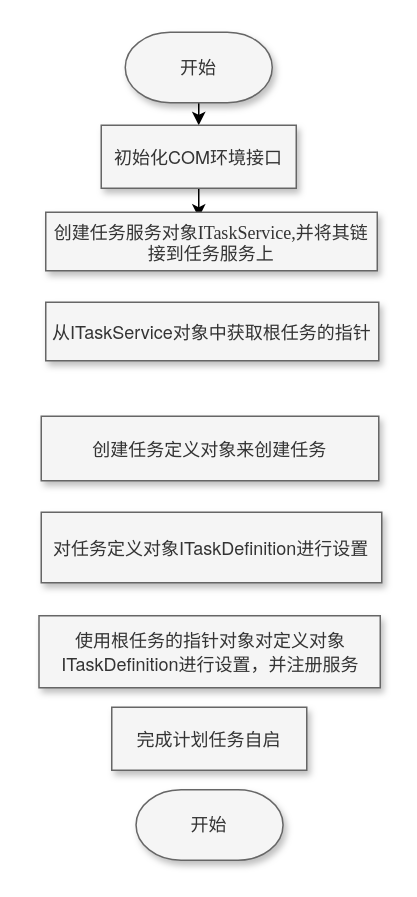
Above: 未命名绘图.drawio in 4sh3s/Study (draw.io), before the change. Source tidied: cells renumbered, new cells numbered last; positions are measured from the earlier drawing's top-left corner, leaving out a move shared by most shapes. Both pictures are drawn from the tidied source at 150%, with x=0, y=0 at pixel (38, 32).
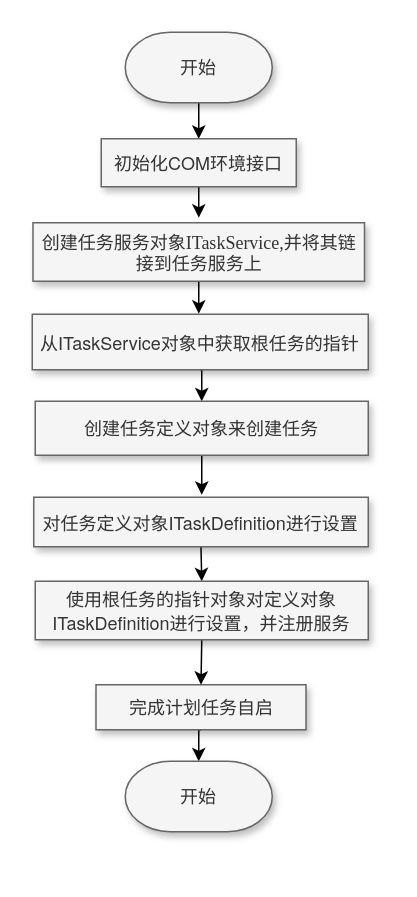
The same page after the edit.

Commit message:
计划任务自启流程图.drawio

Diff of the diagram source:
```diff
@@
     <mxCell id="5" value="&lt;font face=&quot;pingfang sc, microsoft yahei, helvetica neue, helvetica, arial, sans-serif&quot;&gt;初始化COM环境接口&lt;/font&gt;" style="rounded=0;whiteSpace=wrap;html=1;shadow=1;strokeWidth=1;fillColor=#f5f5f5;fontColor=#333333;strokeColor=#666666;" parent="1" vertex="1">
-      <mxGeometry x="42" y="62" width="130" height="42" as="geometry" />
+      <mxGeometry x="42" y="71" width="130" height="32" as="geometry" />
     </mxCell>
+    <mxCell id="13" style="edgeStyle=orthogonalEdgeStyle;rounded=0;jettySize=auto;html=1;exitX=0.5;exitY=1;exitDx=0;exitDy=0;" parent="1" edge="1" source="6">
+      <mxGeometry relative="1" as="geometry">
+        <mxPoint x="107" y="187.6" as="targetPoint" />
+      </mxGeometry>
+    </mxCell>
     <mxCell id="6" value="&lt;font face=&quot;pingfang sc, microsoft yahei, helvetica neue, helvetica, arial, sans-serif&quot;&gt;创建&lt;/font&gt;&lt;font face=&quot;Times New Roman&quot;&gt;任务服务对象ITaskService,并将其链接到任务服务上&lt;/font&gt;" style="rounded=0;whiteSpace=wrap;html=1;shadow=1;strokeWidth=1;fillColor=#f5f5f5;fontColor=#333333;strokeColor=#666666;" parent="1" vertex="1">
-      <mxGeometry x="5" y="120" width="221" height="39" as="geometry" />
+      <mxGeometry x="-3.5" y="127" width="221" height="39" as="geometry" />
     </mxCell>
+    <mxCell id="14" style="edgeStyle=orthogonalEdgeStyle;rounded=0;jettySize=auto;html=1;exitX=0.5;exitY=1;exitDx=0;exitDy=0;entryX=0.5;entryY=0;entryDx=0;entryDy=0;" parent="1" edge="1" source="7" target="8">
+      <mxGeometry relative="1" as="geometry" />
+    </mxCell>
     <mxCell id="7" value="&lt;font face=&quot;pingfang sc, microsoft yahei, helvetica neue, helvetica, arial, sans-serif&quot;&gt;从ITaskService对象中获取根任务的指针&lt;/font&gt;" style="rounded=0;whiteSpace=wrap;html=1;shadow=1;strokeWidth=1;fillColor=#f5f5f5;fontColor=#333333;strokeColor=#666666;" parent="1" vertex="1">
-      <mxGeometry x="5" y="180" width="222" height="39" as="geometry" />
+      <mxGeometry x="-4" y="188" width="224" height="37" as="geometry" />
     </mxCell>
+    <mxCell id="15" style="edgeStyle=orthogonalEdgeStyle;rounded=0;jettySize=auto;html=1;exitX=0.5;exitY=1;exitDx=0;exitDy=0;" parent="1" edge="1" source="8">
+      <mxGeometry relative="1" as="geometry">
+        <mxPoint x="109" y="308.4" as="targetPoint" />
+      </mxGeometry>
+    </mxCell>
     <mxCell id="8" value="&lt;font face=&quot;pingfang sc, microsoft yahei, helvetica neue, helvetica, arial, sans-serif&quot;&gt;创建任务定义对象来创建任务&lt;/font&gt;" style="rounded=0;whiteSpace=wrap;html=1;shadow=1;strokeWidth=1;fillColor=#f5f5f5;fontColor=#333333;strokeColor=#666666;" parent="1" vertex="1">
-      <mxGeometry x="2" y="256" width="225" height="43" as="geometry" />
+      <mxGeometry x="-2" y="246" width="222" height="36" as="geometry" />
     </mxCell>
+    <mxCell id="16" style="edgeStyle=orthogonalEdgeStyle;rounded=0;jettySize=auto;html=1;exitX=0.5;exitY=1;exitDx=0;exitDy=0;entryX=0.5;entryY=0;entryDx=0;entryDy=0;" parent="1" edge="1" source="9" target="12">
+      <mxGeometry relative="1" as="geometry" />
+    </mxCell>
     <mxCell id="9" value="&lt;font face=&quot;pingfang sc, microsoft yahei, helvetica neue, helvetica, arial, sans-serif&quot;&gt;对任务定义对象ITaskDefinition进行设置&lt;/font&gt;" style="rounded=0;whiteSpace=wrap;html=1;shadow=1;strokeWidth=1;fillColor=#f5f5f5;fontColor=#333333;strokeColor=#666666;" parent="1" vertex="1">
-      <mxGeometry x="2" y="320" width="227" height="47" as="geometry" />
+      <mxGeometry x="-3" y="310" width="223" height="33" as="geometry" />
     </mxCell>
+    <mxCell id="17" style="edgeStyle=orthogonalEdgeStyle;rounded=0;jettySize=auto;html=1;exitX=0.5;exitY=1;exitDx=0;exitDy=0;entryX=0.5;entryY=0;entryDx=0;entryDy=0;entryPerimeter=0;" parent="1" edge="1" source="10" target="11">
+      <mxGeometry relative="1" as="geometry" />
+    </mxCell>
     <mxCell id="10" value="&lt;font face=&quot;pingfang sc, microsoft yahei, helvetica neue, helvetica, arial, sans-serif&quot;&gt;完成计划任务自启&lt;/font&gt;" style="rounded=0;whiteSpace=wrap;html=1;shadow=1;strokeWidth=1;fillColor=#f5f5f5;fontColor=#333333;strokeColor=#666666;" parent="1" vertex="1">
-      <mxGeometry x="49" y="450" width="130" height="42" as="geometry" />
+      <mxGeometry x="38.5" y="435" width="140" height="30" as="geometry" />
     </mxCell>
     <mxCell id="11" value="开始" style="strokeWidth=1;html=1;shape=mxgraph.flowchart.terminator;whiteSpace=wrap;fillColor=#f5f5f5;fontColor=#333333;strokeColor=#666666;shadow=1;" parent="1" vertex="1">
-      <mxGeometry x="65.2" y="505" width="98" height="47" as="geometry" />
+      <mxGeometry x="58" y="486" width="98" height="47" as="geometry" />
     </mxCell>
+    <mxCell id="18" style="edgeStyle=orthogonalEdgeStyle;rounded=0;jettySize=auto;html=1;exitX=0.5;exitY=1;exitDx=0;exitDy=0;entryX=0.5;entryY=0;entryDx=0;entryDy=0;" parent="1" edge="1" source="12" target="10">
+      <mxGeometry relative="1" as="geometry" />
+    </mxCell>
     <mxCell id="12" value="&lt;font face=&quot;pingfang sc, microsoft yahei, helvetica neue, helvetica, arial, sans-serif&quot;&gt;使用根任务的指针对象对定义对象ITaskDefinition进行设置，并注册服务&lt;/font&gt;" style="rounded=0;whiteSpace=wrap;html=1;shadow=1;strokeWidth=1;fillColor=#f5f5f5;fontColor=#333333;strokeColor=#666666;" parent="1" vertex="1">
-      <mxGeometry x="0.5" y="389" width="227.5" height="48" as="geometry" />
+      <mxGeometry x="-2" y="366" width="222" height="39" as="geometry" />
     </mxCell>
```
